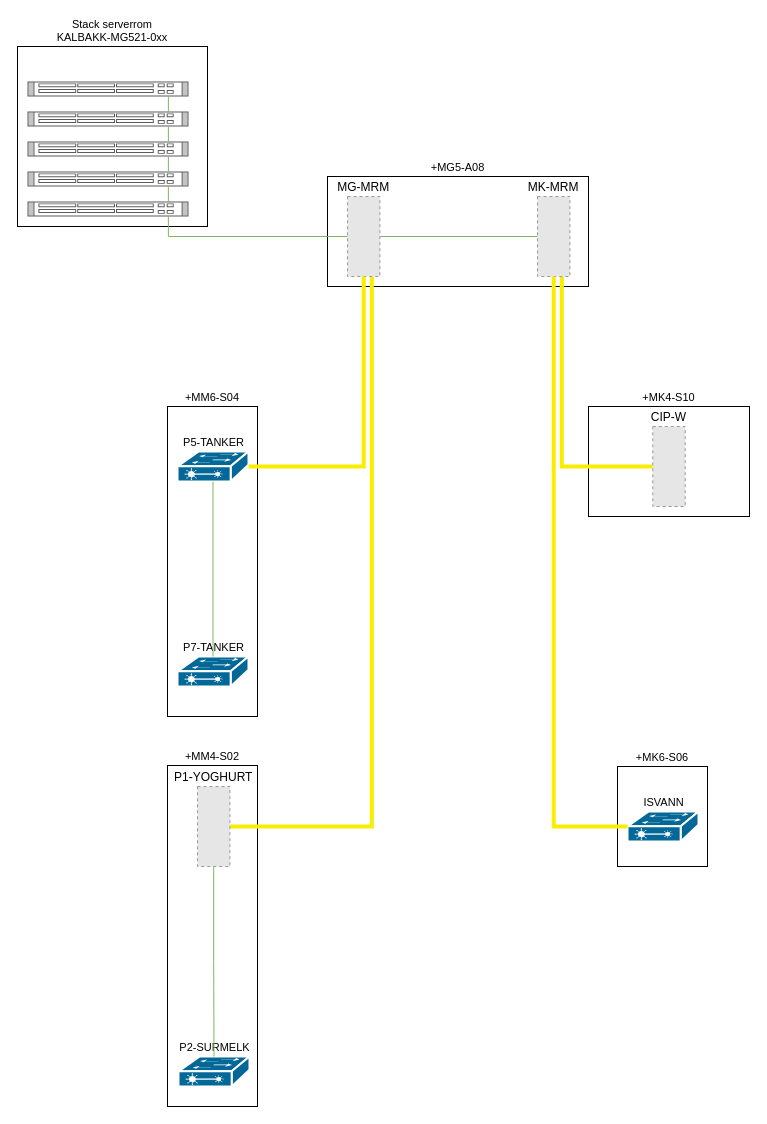
warben0/DrawIOStorage keeps this draw.io diagram as Nettverk PN.drawio. Above is the earlier version. Source tidied: cells renumbered, new cells numbered last; positions are measured from the earlier drawing's top-left corner, leaving out a move shared by most shapes. Both pictures are drawn from the tidied source at 100%, with x=0, y=0 at pixel (17, 46). Pictures stored in the file or linked from it are replaced by grey dashed boxes.
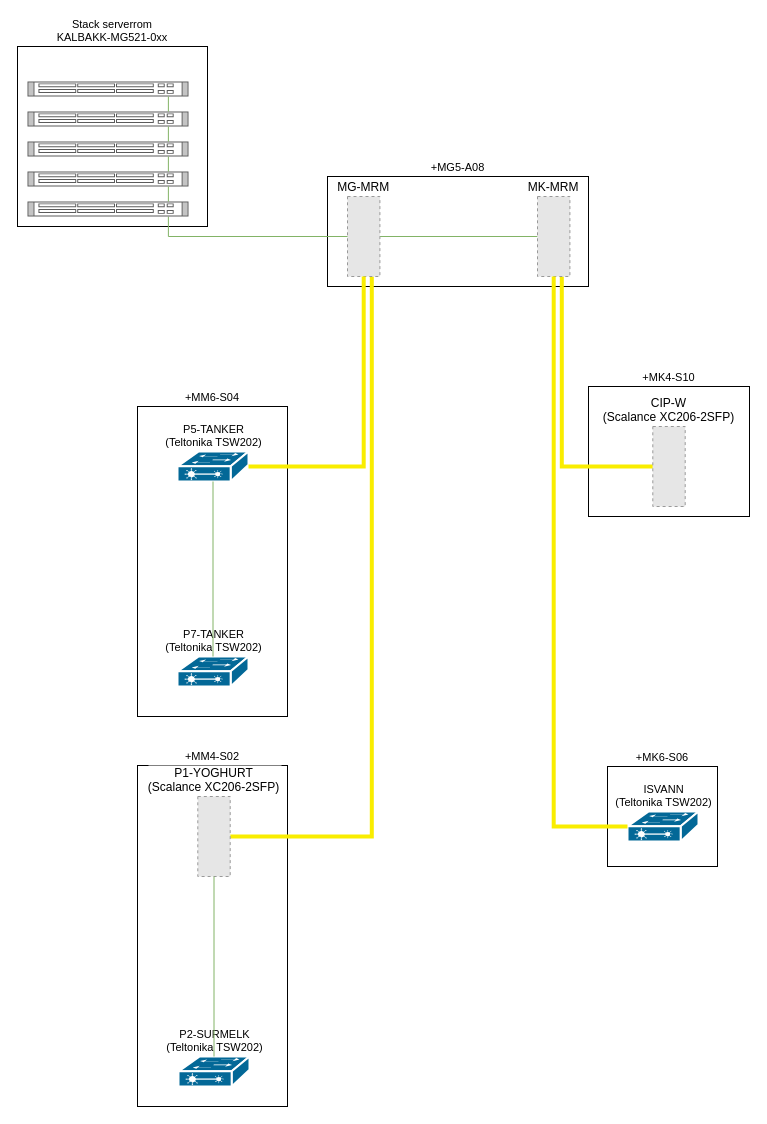
After the change.

What changed in the source:
```diff
@@
     <mxCell id="4" value="+MM6-S04" style="rounded=0;whiteSpace=wrap;html=1;fontFamily=Helvetica;fontSize=11;fontColor=default;labelBackgroundColor=default;labelPosition=center;verticalLabelPosition=top;align=center;verticalAlign=bottom;" parent="1" vertex="1">
-      <mxGeometry x="150" y="360" width="90" height="310" as="geometry" />
+      <mxGeometry x="120" y="360" width="150" height="310" as="geometry" />
     </mxCell>
     <mxCell id="5" value="+MM4-S02" style="rounded=0;whiteSpace=wrap;html=1;fontFamily=Helvetica;fontSize=11;fontColor=default;labelBackgroundColor=default;labelPosition=center;verticalLabelPosition=top;align=center;verticalAlign=bottom;" parent="1" vertex="1">
-      <mxGeometry x="150" y="719" width="90" height="341" as="geometry" />
+      <mxGeometry x="120" y="719" width="150" height="341" as="geometry" />
     </mxCell>
     <mxCell id="6" value="+MK4-S10" style="rounded=0;whiteSpace=wrap;html=1;fontFamily=Helvetica;fontSize=11;fontColor=default;labelBackgroundColor=default;labelPosition=center;verticalLabelPosition=top;align=center;verticalAlign=bottom;" parent="1" vertex="1">
-      <mxGeometry x="571" y="360" width="161" height="110" as="geometry" />
+      <mxGeometry x="571" y="340" width="161" height="130" as="geometry" />
     </mxCell>
     <mxCell id="7" value="+MK6-S06" style="rounded=0;whiteSpace=wrap;html=1;fontFamily=Helvetica;fontSize=11;fontColor=default;labelBackgroundColor=default;labelPosition=center;verticalLabelPosition=top;align=center;verticalAlign=bottom;" parent="1" vertex="1">
-      <mxGeometry x="600" y="720" width="90" height="100" as="geometry" />
+      <mxGeometry x="590" y="720" width="110" height="100" as="geometry" />
     </mxCell>
@@
-    <mxCell id="24" value="CIP-W" style="fillColor=#E6E6E6;strokeColor=#999999;dashed=1;verticalLabelPosition=top;labelBackgroundColor=default;verticalAlign=bottom;labelPosition=center;align=center;" parent="8" vertex="1">
+    <mxCell id="24" value="CIP-W&#10;(Scalance XC206-2SFP)" style="fillColor=#E6E6E6;strokeColor=#999999;dashed=1;verticalLabelPosition=top;labelBackgroundColor=default;verticalAlign=bottom;labelPosition=center;align=center;" parent="8" vertex="1">
       <mxGeometry x="635.3" y="380" width="32.4" height="80" as="geometry" />
     </mxCell>
-    <mxCell id="25" value="P1-YOGHURT" style="fillColor=#E6E6E6;strokeColor=#999999;dashed=1;verticalLabelPosition=top;labelBackgroundColor=default;verticalAlign=bottom;labelPosition=center;align=center;" parent="8" vertex="1">
-      <mxGeometry x="180" y="740" width="32.4" height="80" as="geometry" />
+    <mxCell id="25" value="P1-YOGHURT&#10;(Scalance XC206-2SFP)" style="fillColor=#E6E6E6;strokeColor=#999999;dashed=1;verticalLabelPosition=top;labelBackgroundColor=default;verticalAlign=bottom;labelPosition=center;align=center;" parent="8" vertex="1">
+      <mxGeometry x="180.3" y="750" width="32.4" height="80" as="geometry" />
     </mxCell>
-    <mxCell id="26" value="P5-TANKER" style="strokeColor=#ffffff;sketch=0;html=1;dashed=0;fillColor=#036897;strokeWidth=2;verticalLabelPosition=top;verticalAlign=bottom;align=center;outlineConnect=0;shape=mxgraph.cisco.switches.layer_2_remote_switch;fontFamily=Helvetica;fontSize=11;fontColor=default;labelBackgroundColor=default;labelPosition=center;" parent="8" vertex="1">
+    <mxCell id="26" value="P5-TANKER&lt;br&gt;(Teltonika TSW202)" style="strokeColor=#ffffff;sketch=0;html=1;dashed=0;fillColor=#036897;strokeWidth=2;verticalLabelPosition=top;verticalAlign=bottom;align=center;outlineConnect=0;shape=mxgraph.cisco.switches.layer_2_remote_switch;fontFamily=Helvetica;fontSize=11;fontColor=default;labelBackgroundColor=default;labelPosition=center;" parent="8" vertex="1">
       <mxGeometry x="160" y="405" width="71" height="30" as="geometry" />
     </mxCell>
-    <mxCell id="27" value="P7-TANKER" style="strokeColor=#ffffff;sketch=0;html=1;dashed=0;fillColor=#036897;strokeWidth=2;verticalLabelPosition=top;verticalAlign=bottom;align=center;outlineConnect=0;shape=mxgraph.cisco.switches.layer_2_remote_switch;fontFamily=Helvetica;fontSize=11;fontColor=default;labelBackgroundColor=default;labelPosition=center;" parent="8" vertex="1">
+    <mxCell id="27" value="P7-TANKER&lt;br&gt;(Teltonika TSW202)" style="strokeColor=#ffffff;sketch=0;html=1;dashed=0;fillColor=#036897;strokeWidth=2;verticalLabelPosition=top;verticalAlign=bottom;align=center;outlineConnect=0;shape=mxgraph.cisco.switches.layer_2_remote_switch;fontFamily=Helvetica;fontSize=11;fontColor=default;labelBackgroundColor=default;labelPosition=center;" parent="8" vertex="1">
       <mxGeometry x="160" y="610" width="71" height="30" as="geometry" />
     </mxCell>
@@
-    <mxCell id="29" value="ISVANN" style="strokeColor=#ffffff;sketch=0;html=1;dashed=0;fillColor=#036897;strokeWidth=2;verticalLabelPosition=top;verticalAlign=bottom;align=center;outlineConnect=0;shape=mxgraph.cisco.switches.layer_2_remote_switch;fontFamily=Helvetica;fontSize=11;fontColor=default;labelBackgroundColor=default;labelPosition=center;" parent="8" vertex="1">
+    <mxCell id="29" value="ISVANN&lt;br&gt;(Teltonika TSW202)" style="strokeColor=#ffffff;sketch=0;html=1;dashed=0;fillColor=#036897;strokeWidth=2;verticalLabelPosition=top;verticalAlign=bottom;align=center;outlineConnect=0;shape=mxgraph.cisco.switches.layer_2_remote_switch;fontFamily=Helvetica;fontSize=11;fontColor=default;labelBackgroundColor=default;labelPosition=center;" parent="8" vertex="1">
       <mxGeometry x="610" y="765" width="71" height="30" as="geometry" />
     </mxCell>
-    <mxCell id="30" value="P2-SURMELK" style="strokeColor=#ffffff;sketch=0;html=1;dashed=0;fillColor=#036897;strokeWidth=2;verticalLabelPosition=top;verticalAlign=bottom;align=center;outlineConnect=0;shape=mxgraph.cisco.switches.layer_2_remote_switch;fontFamily=Helvetica;fontSize=11;fontColor=default;labelBackgroundColor=default;labelPosition=center;" parent="8" vertex="1">
+    <mxCell id="30" value="P2-SURMELK&lt;br&gt;(Teltonika TSW202)" style="strokeColor=#ffffff;sketch=0;html=1;dashed=0;fillColor=#036897;strokeWidth=2;verticalLabelPosition=top;verticalAlign=bottom;align=center;outlineConnect=0;shape=mxgraph.cisco.switches.layer_2_remote_switch;fontFamily=Helvetica;fontSize=11;fontColor=default;labelBackgroundColor=default;labelPosition=center;" parent="8" vertex="1">
       <mxGeometry x="161" y="1010" width="71" height="30" as="geometry" />
     </mxCell>
```
